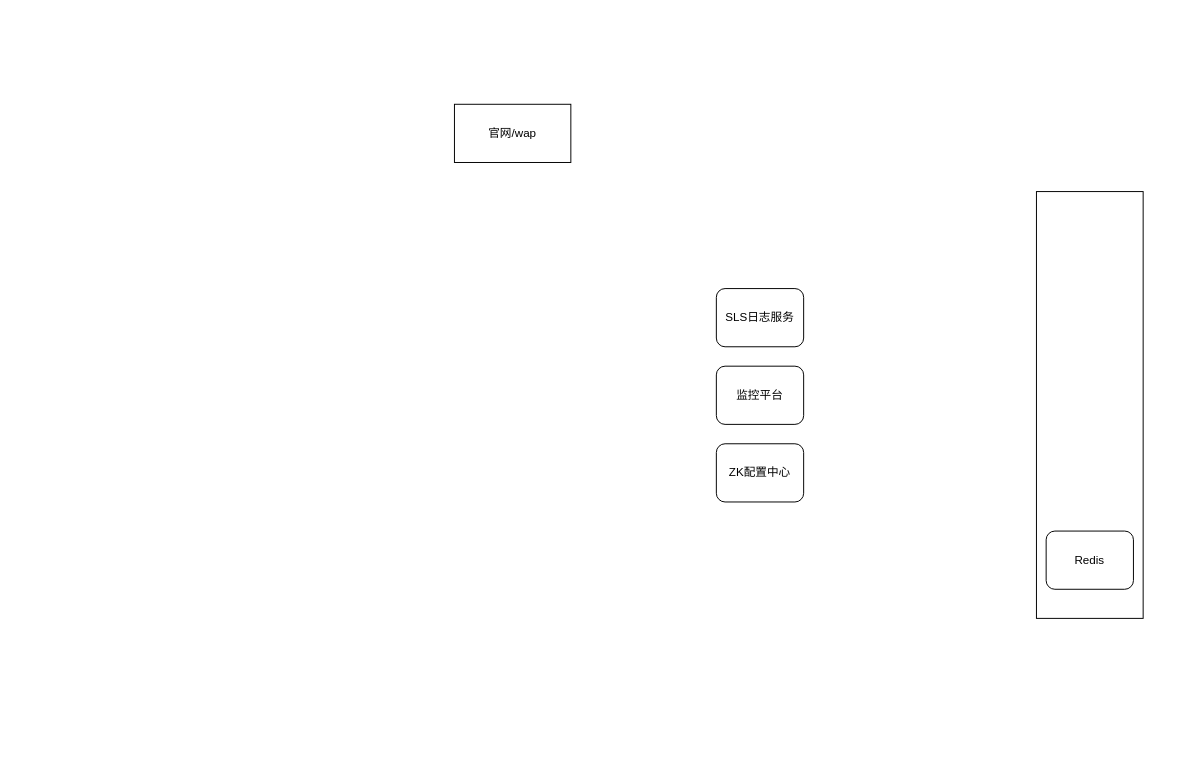
Above: page "第 3 页" (3 of 5) of 未命名绘图.drawio in 789489498/kafka-trunk (draw.io), before the change. Source tidied: cells renumbered, new cells numbered last; positions are measured from the earlier drawing's top-left corner, leaving out a move shared by most shapes. Both pictures are drawn from the tidied source at 97%, with x=0, y=0 at pixel (454, 104).
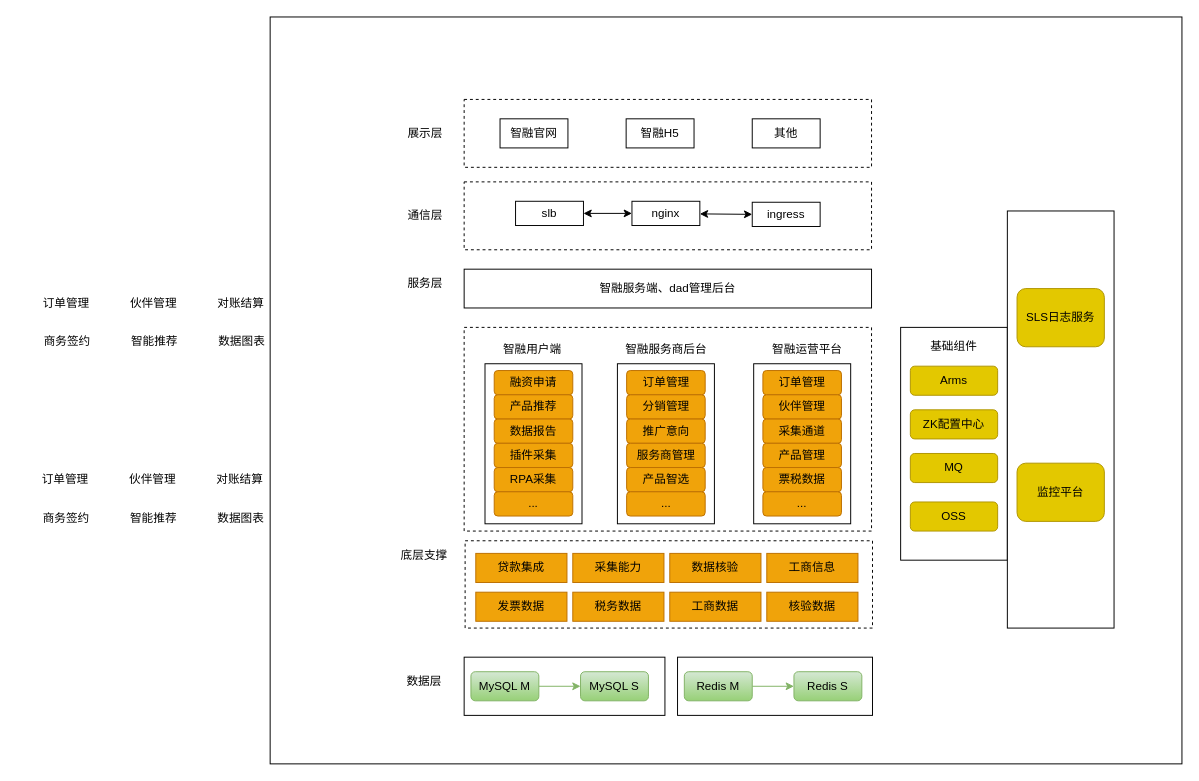
The same page after the edit.

The edit, as a diff of the source:
```diff
@@
+    <mxCell id="8" style="rounded=0;whiteSpace=wrap;html=1;" parent="1" vertex="1">
+      <mxGeometry x="-190" y="-90" width="940" height="770" as="geometry" />
+    </mxCell>
+    <mxCell id="9" style="rounded=0;whiteSpace=wrap;html=1;dashed=1;" parent="1" vertex="1">
+      <mxGeometry x="10" y="-5" width="420" height="70" as="geometry" />
+    </mxCell>
+    <mxCell id="10" style="rounded=0;whiteSpace=wrap;html=1;" parent="1" vertex="1">
+      <mxGeometry x="460" y="230" width="110" height="240" as="geometry" />
+    </mxCell>
-    <mxCell id="2" value="官网/wap" style="rounded=0;whiteSpace=wrap;html=1;" parent="1" vertex="1">
-      <mxGeometry width="120" height="60" as="geometry" />
+    <mxCell id="2" value="智融官网" style="rounded=0;whiteSpace=wrap;html=1;" parent="1" vertex="1">
+      <mxGeometry x="47" y="15" width="70" height="30" as="geometry" />
     </mxCell>
     <mxCell id="3" style="rounded=0;whiteSpace=wrap;html=1;" parent="1" vertex="1">
-      <mxGeometry x="600" y="90" width="110" height="440" as="geometry" />
+      <mxGeometry x="570" y="110" width="110" height="430" as="geometry" />
     </mxCell>
-    <mxCell id="4" value="SLS日志服务" style="rounded=1;whiteSpace=wrap;html=1;" parent="1" vertex="1">
-      <mxGeometry x="270" y="190" width="90" height="60" as="geometry" />
+    <mxCell id="4" value="SLS日志服务" style="rounded=1;whiteSpace=wrap;html=1;fillColor=#e3c800;fontColor=#000000;strokeColor=#B09500;" parent="1" vertex="1">
+      <mxGeometry x="580" y="190" width="90" height="60" as="geometry" />
     </mxCell>
-    <mxCell id="5" value="监控平台" style="rounded=1;whiteSpace=wrap;html=1;" parent="1" vertex="1">
-      <mxGeometry x="270" y="270" width="90" height="60" as="geometry" />
+    <mxCell id="5" value="监控平台" style="rounded=1;whiteSpace=wrap;html=1;fillColor=#e3c800;fontColor=#000000;strokeColor=#B09500;" parent="1" vertex="1">
+      <mxGeometry x="580" y="370" width="90" height="60" as="geometry" />
     </mxCell>
-    <mxCell id="6" value="ZK配置中心" style="rounded=1;whiteSpace=wrap;html=1;" parent="1" vertex="1">
-      <mxGeometry x="270" y="350" width="90" height="60" as="geometry" />
+    <mxCell id="6" value="ZK配置中心" style="rounded=1;whiteSpace=wrap;html=1;fillColor=#e3c800;fontColor=#000000;strokeColor=#B09500;" parent="1" vertex="1">
+      <mxGeometry x="470" y="315" width="90" height="30" as="geometry" />
     </mxCell>
-    <mxCell id="7" value="Redis" style="rounded=1;whiteSpace=wrap;html=1;" parent="1" vertex="1">
-      <mxGeometry x="610" y="440" width="90" height="60" as="geometry" />
-    </mxCell>
+    <mxCell id="11" value="基础组件" style="text;html=1;strokeColor=none;fillColor=none;align=center;verticalAlign=middle;whiteSpace=wrap;rounded=0;" parent="1" vertex="1">
+      <mxGeometry x="485" y="235" width="60" height="30" as="geometry" />
+    </mxCell>
+    <mxCell id="12" value="Arms" style="rounded=1;whiteSpace=wrap;html=1;fillColor=#e3c800;fontColor=#000000;strokeColor=#B09500;" parent="1" vertex="1">
+      <mxGeometry x="470" y="270" width="90" height="30" as="geometry" />
+    </mxCell>
+    <mxCell id="13" value="MQ" style="rounded=1;whiteSpace=wrap;html=1;fillColor=#e3c800;fontColor=#000000;strokeColor=#B09500;" parent="1" vertex="1">
+      <mxGeometry x="470" y="360" width="90" height="30" as="geometry" />
+    </mxCell>
+    <mxCell id="14" value="展示层" style="text;html=1;strokeColor=none;fillColor=none;align=center;verticalAlign=middle;whiteSpace=wrap;rounded=0;" parent="1" vertex="1">
+      <mxGeometry x="-60" y="15" width="60" height="30" as="geometry" />
+    </mxCell>
+    <mxCell id="15" value="智融H5" style="rounded=0;whiteSpace=wrap;html=1;" parent="1" vertex="1">
+      <mxGeometry x="177" y="15" width="70" height="30" as="geometry" />
+    </mxCell>
+    <mxCell id="16" value="其他" style="rounded=0;whiteSpace=wrap;html=1;" parent="1" vertex="1">
+      <mxGeometry x="307" y="15" width="70" height="30" as="geometry" />
+    </mxCell>
+    <mxCell id="17" value="通信层" style="text;html=1;strokeColor=none;fillColor=none;align=center;verticalAlign=middle;whiteSpace=wrap;rounded=0;" parent="1" vertex="1">
+      <mxGeometry x="-60" y="100" width="60" height="30" as="geometry" />
+    </mxCell>
+    <mxCell id="18" style="rounded=0;whiteSpace=wrap;html=1;dashed=1;" parent="1" vertex="1">
+      <mxGeometry x="10" y="80" width="420" height="70" as="geometry" />
+    </mxCell>
+    <mxCell id="19" style="edgeStyle=orthogonalEdgeStyle;rounded=0;jettySize=auto;html=1;exitX=1;exitY=0.5;exitDx=0;exitDy=0;entryX=0;entryY=0.5;entryDx=0;entryDy=0;startArrow=classic;startFill=1;" parent="1" edge="1" source="20" target="21">
+      <mxGeometry relative="1" as="geometry" />
+    </mxCell>
+    <mxCell id="20" value="slb" style="rounded=0;whiteSpace=wrap;html=1;" parent="1" vertex="1">
+      <mxGeometry x="63" y="100" width="70" height="25" as="geometry" />
+    </mxCell>
+    <mxCell id="21" value="nginx" style="rounded=0;whiteSpace=wrap;html=1;" parent="1" vertex="1">
+      <mxGeometry x="183" y="100" width="70" height="25" as="geometry" />
+    </mxCell>
+    <mxCell id="22" value="ingress" style="rounded=0;whiteSpace=wrap;html=1;" parent="1" vertex="1">
+      <mxGeometry x="307" y="101" width="70" height="25" as="geometry" />
+    </mxCell>
+    <mxCell id="23" style="edgeStyle=orthogonalEdgeStyle;rounded=0;jettySize=auto;html=1;entryX=0;entryY=0.5;entryDx=0;entryDy=0;startArrow=classic;startFill=1;" parent="1" edge="1" target="22">
+      <mxGeometry relative="1" as="geometry">
+        <mxPoint x="253" y="113" as="sourcePoint" />
+      </mxGeometry>
+    </mxCell>
+    <mxCell id="24" value="服务层" style="text;html=1;strokeColor=none;fillColor=none;align=center;verticalAlign=middle;whiteSpace=wrap;rounded=0;" parent="1" vertex="1">
+      <mxGeometry x="-60" y="170" width="60" height="30" as="geometry" />
+    </mxCell>
+    <mxCell id="25" value="智融服务端、dad管理后台" style="rounded=0;whiteSpace=wrap;html=1;" parent="1" vertex="1">
+      <mxGeometry x="10" y="170" width="420" height="40" as="geometry" />
+    </mxCell>
+    <mxCell id="26" style="rounded=0;whiteSpace=wrap;html=1;dashed=1;" parent="1" vertex="1">
+      <mxGeometry x="10" y="230" width="420" height="210" as="geometry" />
+    </mxCell>
+    <mxCell id="27" value="数据层" style="text;html=1;strokeColor=none;fillColor=none;align=center;verticalAlign=middle;whiteSpace=wrap;rounded=0;" parent="1" vertex="1">
+      <mxGeometry x="-61" y="580" width="60" height="30" as="geometry" />
+    </mxCell>
+    <mxCell id="28" style="rounded=0;whiteSpace=wrap;html=1;" parent="1" vertex="1">
+      <mxGeometry x="10" y="570" width="207" height="60" as="geometry" />
+    </mxCell>
+    <mxCell id="29" style="edgeStyle=orthogonalEdgeStyle;rounded=0;jettySize=auto;html=1;exitX=1;exitY=0.5;exitDx=0;exitDy=0;fillColor=#d5e8d4;gradientColor=#97d077;strokeColor=#82b366;" parent="1" edge="1" source="30" target="31">
+      <mxGeometry relative="1" as="geometry" />
+    </mxCell>
+    <mxCell id="30" value="MySQL M" style="rounded=1;whiteSpace=wrap;html=1;fillColor=#d5e8d4;gradientColor=#97d077;strokeColor=#82b366;" parent="1" vertex="1">
+      <mxGeometry x="17" y="585" width="70" height="30" as="geometry" />
+    </mxCell>
+    <mxCell id="31" value="MySQL S" style="rounded=1;whiteSpace=wrap;html=1;fillColor=#d5e8d4;gradientColor=#97d077;strokeColor=#82b366;" parent="1" vertex="1">
+      <mxGeometry x="130" y="585" width="70" height="30" as="geometry" />
+    </mxCell>
+    <mxCell id="32" style="rounded=0;whiteSpace=wrap;html=1;" parent="1" vertex="1">
+      <mxGeometry x="230" y="570" width="201" height="60" as="geometry" />
+    </mxCell>
+    <mxCell id="33" style="edgeStyle=orthogonalEdgeStyle;rounded=0;jettySize=auto;html=1;exitX=1;exitY=0.5;exitDx=0;exitDy=0;fillColor=#d5e8d4;gradientColor=#97d077;strokeColor=#82b366;" parent="1" edge="1" source="34" target="35">
+      <mxGeometry relative="1" as="geometry" />
+    </mxCell>
+    <mxCell id="34" value="Redis M" style="rounded=1;whiteSpace=wrap;html=1;fillColor=#d5e8d4;gradientColor=#97d077;strokeColor=#82b366;" parent="1" vertex="1">
+      <mxGeometry x="237" y="585" width="70" height="30" as="geometry" />
+    </mxCell>
+    <mxCell id="35" value="Redis S" style="rounded=1;whiteSpace=wrap;html=1;fillColor=#d5e8d4;gradientColor=#97d077;strokeColor=#82b366;" parent="1" vertex="1">
+      <mxGeometry x="350" y="585" width="70" height="30" as="geometry" />
+    </mxCell>
+    <mxCell id="36" value="OSS" style="rounded=1;whiteSpace=wrap;html=1;fillColor=#e3c800;fontColor=#000000;strokeColor=#B09500;" parent="1" vertex="1">
+      <mxGeometry x="470" y="410" width="90" height="30" as="geometry" />
+    </mxCell>
+    <mxCell id="37" style="rounded=0;whiteSpace=wrap;html=1;dashed=1;" parent="1" vertex="1">
+      <mxGeometry x="11" y="450" width="420" height="90" as="geometry" />
+    </mxCell>
+    <mxCell id="38" value="底层支撑" style="text;html=1;strokeColor=none;fillColor=none;align=center;verticalAlign=middle;whiteSpace=wrap;rounded=0;" parent="1" vertex="1">
+      <mxGeometry x="-81" y="450" width="100" height="30" as="geometry" />
+    </mxCell>
+    <mxCell id="39" value="贷款集成" style="text;html=1;strokeColor=#BD7000;fillColor=#f0a30a;align=center;verticalAlign=middle;whiteSpace=wrap;rounded=0;fontColor=#000000;" parent="1" vertex="1">
+      <mxGeometry x="22" y="463" width="94" height="30" as="geometry" />
+    </mxCell>
+    <mxCell id="40" value="采集能力" style="text;html=1;strokeColor=#BD7000;fillColor=#f0a30a;align=center;verticalAlign=middle;whiteSpace=wrap;rounded=0;fontColor=#000000;" parent="1" vertex="1">
+      <mxGeometry x="122" y="463" width="94" height="30" as="geometry" />
+    </mxCell>
+    <mxCell id="41" value="数据核验" style="text;html=1;strokeColor=#BD7000;fillColor=#f0a30a;align=center;verticalAlign=middle;whiteSpace=wrap;rounded=0;fontColor=#000000;" parent="1" vertex="1">
+      <mxGeometry x="222" y="463" width="94" height="30" as="geometry" />
+    </mxCell>
+    <mxCell id="42" value="发票数据" style="text;html=1;strokeColor=#BD7000;fillColor=#f0a30a;align=center;verticalAlign=middle;whiteSpace=wrap;rounded=0;fontColor=#000000;" parent="1" vertex="1">
+      <mxGeometry x="22" y="503" width="94" height="30" as="geometry" />
+    </mxCell>
+    <mxCell id="43" value="税务数据" style="text;html=1;strokeColor=#BD7000;fillColor=#f0a30a;align=center;verticalAlign=middle;whiteSpace=wrap;rounded=0;fontColor=#000000;" parent="1" vertex="1">
+      <mxGeometry x="122" y="503" width="94" height="30" as="geometry" />
+    </mxCell>
+    <mxCell id="44" value="工商数据" style="text;html=1;strokeColor=#BD7000;fillColor=#f0a30a;align=center;verticalAlign=middle;whiteSpace=wrap;rounded=0;fontColor=#000000;" parent="1" vertex="1">
+      <mxGeometry x="222" y="503" width="94" height="30" as="geometry" />
+    </mxCell>
+    <mxCell id="45" value="核验数据" style="text;html=1;strokeColor=#BD7000;fillColor=#f0a30a;align=center;verticalAlign=middle;whiteSpace=wrap;rounded=0;fontColor=#000000;" parent="1" vertex="1">
+      <mxGeometry x="322" y="503" width="94" height="30" as="geometry" />
+    </mxCell>
+    <mxCell id="46" value="工商信息" style="text;html=1;strokeColor=#BD7000;fillColor=#f0a30a;align=center;verticalAlign=middle;whiteSpace=wrap;rounded=0;fontColor=#000000;" parent="1" vertex="1">
+      <mxGeometry x="322" y="463" width="94" height="30" as="geometry" />
+    </mxCell>
+    <mxCell id="47" value="智融用户端" style="text;html=1;strokeColor=none;fillColor=none;align=center;verticalAlign=middle;whiteSpace=wrap;rounded=0;" parent="1" vertex="1">
+      <mxGeometry x="43.5" y="237.5" width="73" height="30" as="geometry" />
+    </mxCell>
+    <mxCell id="48" style="rounded=0;whiteSpace=wrap;html=1;" parent="1" vertex="1">
+      <mxGeometry x="31.5" y="267.5" width="100" height="165" as="geometry" />
+    </mxCell>
+    <mxCell id="49" value="融资申请" style="rounded=1;whiteSpace=wrap;html=1;glass=0;shadow=0;fillColor=#f0a30a;fontColor=#000000;strokeColor=#BD7000;" parent="1" vertex="1">
+      <mxGeometry x="41" y="274.5" width="81" height="25" as="geometry" />
+    </mxCell>
+    <mxCell id="50" value="产品推荐" style="rounded=1;whiteSpace=wrap;html=1;glass=0;shadow=0;fillColor=#f0a30a;fontColor=#000000;strokeColor=#BD7000;" parent="1" vertex="1">
+      <mxGeometry x="41" y="299.5" width="81" height="25" as="geometry" />
+    </mxCell>
+    <mxCell id="51" value="数据报告" style="rounded=1;whiteSpace=wrap;html=1;glass=0;shadow=0;fillColor=#f0a30a;fontColor=#000000;strokeColor=#BD7000;" parent="1" vertex="1">
+      <mxGeometry x="41" y="324.5" width="81" height="25" as="geometry" />
+    </mxCell>
+    <mxCell id="52" value="插件采集" style="rounded=1;whiteSpace=wrap;html=1;glass=0;shadow=0;fillColor=#f0a30a;fontColor=#000000;strokeColor=#BD7000;" parent="1" vertex="1">
+      <mxGeometry x="41" y="349.5" width="81" height="25" as="geometry" />
+    </mxCell>
+    <mxCell id="53" value="RPA采集" style="rounded=1;whiteSpace=wrap;html=1;glass=0;shadow=0;fillColor=#f0a30a;fontColor=#000000;strokeColor=#BD7000;" parent="1" vertex="1">
+      <mxGeometry x="41" y="374.5" width="81" height="25" as="geometry" />
+    </mxCell>
+    <mxCell id="54" value="..." style="rounded=1;whiteSpace=wrap;html=1;glass=0;shadow=0;fillColor=#f0a30a;fontColor=#000000;strokeColor=#BD7000;" parent="1" vertex="1">
+      <mxGeometry x="41" y="399.5" width="81" height="25" as="geometry" />
+    </mxCell>
+    <mxCell id="55" value="智融服务商后台" style="text;html=1;strokeColor=none;fillColor=none;align=center;verticalAlign=middle;whiteSpace=wrap;rounded=0;" parent="1" vertex="1">
+      <mxGeometry x="172.5" y="237.5" width="91" height="30" as="geometry" />
+    </mxCell>
+    <mxCell id="56" style="rounded=0;whiteSpace=wrap;html=1;" parent="1" vertex="1">
+      <mxGeometry x="168" y="267.5" width="100" height="165" as="geometry" />
+    </mxCell>
+    <mxCell id="57" value="订单管理" style="rounded=1;whiteSpace=wrap;html=1;glass=0;shadow=0;fillColor=#f0a30a;fontColor=#000000;strokeColor=#BD7000;" parent="1" vertex="1">
+      <mxGeometry x="177.5" y="274.5" width="81" height="25" as="geometry" />
+    </mxCell>
+    <mxCell id="58" value="分销管理" style="rounded=1;whiteSpace=wrap;html=1;glass=0;shadow=0;fillColor=#f0a30a;fontColor=#000000;strokeColor=#BD7000;" parent="1" vertex="1">
+      <mxGeometry x="177.5" y="299.5" width="81" height="25" as="geometry" />
+    </mxCell>
+    <mxCell id="59" value="推广意向" style="rounded=1;whiteSpace=wrap;html=1;glass=0;shadow=0;fillColor=#f0a30a;fontColor=#000000;strokeColor=#BD7000;" parent="1" vertex="1">
+      <mxGeometry x="177.5" y="324.5" width="81" height="25" as="geometry" />
+    </mxCell>
+    <mxCell id="60" value="服务商管理" style="rounded=1;whiteSpace=wrap;html=1;glass=0;shadow=0;fillColor=#f0a30a;fontColor=#000000;strokeColor=#BD7000;" parent="1" vertex="1">
+      <mxGeometry x="177.5" y="349.5" width="81" height="25" as="geometry" />
+    </mxCell>
+    <mxCell id="61" value="产品智选" style="rounded=1;whiteSpace=wrap;html=1;glass=0;shadow=0;fillColor=#f0a30a;fontColor=#000000;strokeColor=#BD7000;" parent="1" vertex="1">
+      <mxGeometry x="177.5" y="374.5" width="81" height="25" as="geometry" />
+    </mxCell>
+    <mxCell id="62" value="..." style="rounded=1;whiteSpace=wrap;html=1;glass=0;shadow=0;fillColor=#f0a30a;fontColor=#000000;strokeColor=#BD7000;" parent="1" vertex="1">
+      <mxGeometry x="177.5" y="399.5" width="81" height="25" as="geometry" />
+    </mxCell>
+    <mxCell id="63" value="订单管理" style="text;html=1;strokeColor=none;fillColor=none;align=center;verticalAlign=middle;whiteSpace=wrap;rounded=0;" parent="1" vertex="1">
+      <mxGeometry x="-450" y="190" width="100" height="30" as="geometry" />
+    </mxCell>
+    <mxCell id="64" value="伙伴管理" style="text;html=1;strokeColor=none;fillColor=none;align=center;verticalAlign=middle;whiteSpace=wrap;rounded=0;" parent="1" vertex="1">
+      <mxGeometry x="-360" y="190" width="100" height="30" as="geometry" />
+    </mxCell>
+    <mxCell id="65" value="对账结算" style="text;html=1;strokeColor=none;fillColor=none;align=center;verticalAlign=middle;whiteSpace=wrap;rounded=0;" parent="1" vertex="1">
+      <mxGeometry x="-270" y="190" width="100" height="30" as="geometry" />
+    </mxCell>
+    <mxCell id="66" value="商务签约" style="text;html=1;strokeColor=none;fillColor=none;align=center;verticalAlign=middle;whiteSpace=wrap;rounded=0;" parent="1" vertex="1">
+      <mxGeometry x="-449" y="230" width="100" height="30" as="geometry" />
+    </mxCell>
+    <mxCell id="67" value="智能推荐" style="text;html=1;strokeColor=none;fillColor=none;align=center;verticalAlign=middle;whiteSpace=wrap;rounded=0;" parent="1" vertex="1">
+      <mxGeometry x="-359" y="230" width="100" height="30" as="geometry" />
+    </mxCell>
+    <mxCell id="68" value="数据图表" style="text;html=1;strokeColor=none;fillColor=none;align=center;verticalAlign=middle;whiteSpace=wrap;rounded=0;" parent="1" vertex="1">
+      <mxGeometry x="-269" y="230" width="100" height="30" as="geometry" />
+    </mxCell>
+    <mxCell id="69" value="智融运营平台" style="text;html=1;strokeColor=none;fillColor=none;align=center;verticalAlign=middle;whiteSpace=wrap;rounded=0;" parent="1" vertex="1">
+      <mxGeometry x="320.5" y="237.5" width="86" height="30" as="geometry" />
+    </mxCell>
+    <mxCell id="70" style="rounded=0;whiteSpace=wrap;html=1;" parent="1" vertex="1">
+      <mxGeometry x="308.5" y="267.5" width="100" height="165" as="geometry" />
+    </mxCell>
+    <mxCell id="71" value="订单管理" style="rounded=1;whiteSpace=wrap;html=1;glass=0;shadow=0;fillColor=#f0a30a;fontColor=#000000;strokeColor=#BD7000;" parent="1" vertex="1">
+      <mxGeometry x="318" y="274.5" width="81" height="25" as="geometry" />
+    </mxCell>
+    <mxCell id="72" value="伙伴管理" style="rounded=1;whiteSpace=wrap;html=1;glass=0;shadow=0;fillColor=#f0a30a;fontColor=#000000;strokeColor=#BD7000;" parent="1" vertex="1">
+      <mxGeometry x="318" y="299.5" width="81" height="25" as="geometry" />
+    </mxCell>
+    <mxCell id="73" value="采集通道" style="rounded=1;whiteSpace=wrap;html=1;glass=0;shadow=0;fillColor=#f0a30a;fontColor=#000000;strokeColor=#BD7000;" parent="1" vertex="1">
+      <mxGeometry x="318" y="324.5" width="81" height="25" as="geometry" />
+    </mxCell>
+    <mxCell id="74" value="产品管理" style="rounded=1;whiteSpace=wrap;html=1;glass=0;shadow=0;fillColor=#f0a30a;fontColor=#000000;strokeColor=#BD7000;" parent="1" vertex="1">
+      <mxGeometry x="318" y="349.5" width="81" height="25" as="geometry" />
+    </mxCell>
+    <mxCell id="75" value="票税数据" style="rounded=1;whiteSpace=wrap;html=1;glass=0;shadow=0;fillColor=#f0a30a;fontColor=#000000;strokeColor=#BD7000;" parent="1" vertex="1">
+      <mxGeometry x="318" y="374.5" width="81" height="25" as="geometry" />
+    </mxCell>
+    <mxCell id="76" value="..." style="rounded=1;whiteSpace=wrap;html=1;glass=0;shadow=0;fillColor=#f0a30a;fontColor=#000000;strokeColor=#BD7000;" parent="1" vertex="1">
+      <mxGeometry x="318" y="399.5" width="81" height="25" as="geometry" />
+    </mxCell>
+    <mxCell id="77" value="订单管理" style="text;html=1;strokeColor=none;fillColor=none;align=center;verticalAlign=middle;whiteSpace=wrap;rounded=0;" parent="1" vertex="1">
+      <mxGeometry x="-451" y="372" width="100" height="30" as="geometry" />
+    </mxCell>
+    <mxCell id="78" value="伙伴管理" style="text;html=1;strokeColor=none;fillColor=none;align=center;verticalAlign=middle;whiteSpace=wrap;rounded=0;" parent="1" vertex="1">
+      <mxGeometry x="-361" y="372" width="100" height="30" as="geometry" />
+    </mxCell>
+    <mxCell id="79" value="对账结算" style="text;html=1;strokeColor=none;fillColor=none;align=center;verticalAlign=middle;whiteSpace=wrap;rounded=0;" parent="1" vertex="1">
+      <mxGeometry x="-271" y="372" width="100" height="30" as="geometry" />
+    </mxCell>
+    <mxCell id="80" value="商务签约" style="text;html=1;strokeColor=none;fillColor=none;align=center;verticalAlign=middle;whiteSpace=wrap;rounded=0;" parent="1" vertex="1">
+      <mxGeometry x="-450" y="412" width="100" height="30" as="geometry" />
+    </mxCell>
+    <mxCell id="81" value="智能推荐" style="text;html=1;strokeColor=none;fillColor=none;align=center;verticalAlign=middle;whiteSpace=wrap;rounded=0;" parent="1" vertex="1">
+      <mxGeometry x="-360" y="412" width="100" height="30" as="geometry" />
+    </mxCell>
+    <mxCell id="82" value="数据图表" style="text;html=1;strokeColor=none;fillColor=none;align=center;verticalAlign=middle;whiteSpace=wrap;rounded=0;" parent="1" vertex="1">
+      <mxGeometry x="-270" y="412" width="100" height="30" as="geometry" />
+    </mxCell>
```
